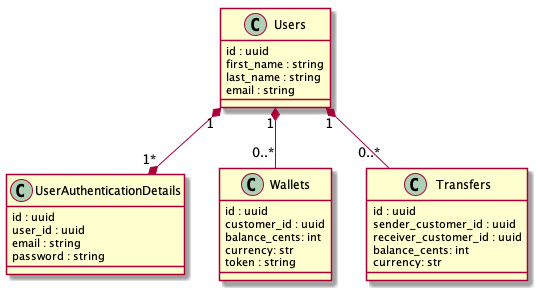
Earlier version of the PlantUML export documents/database.png (emfigo/kophinos).
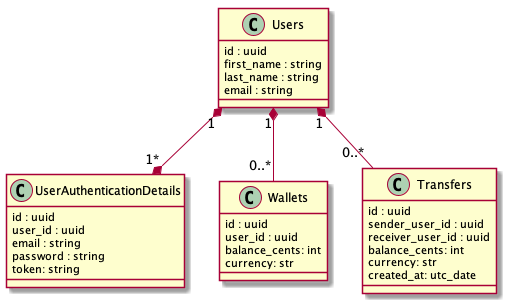
The same diagram one commit later.

Diff of the diagram source:
```diff
@@ -11,22 +11,23 @@
   user_id : uuid
   email : string
   password : string
+  token: string
 }
 
 class Wallets {
   id : uuid
-  customer_id : uuid
+  user_id : uuid
   balance_cents: int
   currency: str
-  token : string
 }
 
 class Transfers {
   id : uuid
-  sender_customer_id : uuid
-  receiver_customer_id : uuid
+  sender_user_id : uuid
+  receiver_user_id : uuid
   balance_cents: int
   currency: str
+  created_at: utc_date
 }
 
 Users "1" *--* "1*" UserAuthenticationDetails
```
